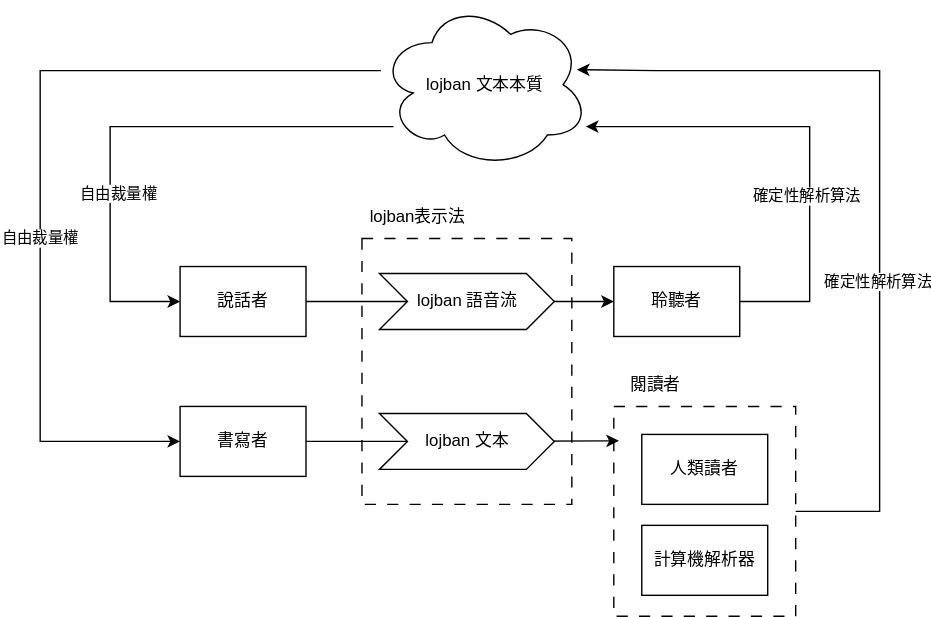
geezmolycos/aestivologica keeps this draw.io diagram as figure/lojban文本本質示意.svg. Above is the earlier version. Source tidied: cells renumbered, new cells last; positions are measured from the earlier drawing's top-left corner, leaving out a move shared by most shapes. The source it was exported from:
```xml
<mxGraphModel>
  <root>
    <mxCell id="0" />
    <mxCell id="1" parent="0" />
    <mxCell id="2" style="edgeStyle=orthogonalEdgeStyle;rounded=0;jettySize=auto;html=1;entryX=0.941;entryY=0.411;entryDx=0;entryDy=0;entryPerimeter=0;" parent="1" edge="1" source="4" target="9">
      <mxGeometry relative="1" as="geometry">
        <Array as="points">
          <mxPoint x="600" y="365" />
          <mxPoint x="600" y="50" />
          <mxPoint x="440" y="50" />
        </Array>
      </mxGeometry>
    </mxCell>
    <mxCell id="3" value="確定性解析算法" style="edgeLabel;html=1;align=center;verticalAlign=middle;" parent="2" vertex="1">
      <mxGeometry x="-0.24" y="2" relative="1" as="geometry" />
    </mxCell>
    <mxCell id="4" style="rounded=0;whiteSpace=wrap;html=1;fillColor=none;dashed=1;dashPattern=8 8;" parent="1" vertex="1">
      <mxGeometry x="410" y="290" width="130" height="150" as="geometry" />
    </mxCell>
    <mxCell id="5" style="edgeStyle=orthogonalEdgeStyle;rounded=0;jettySize=auto;html=1;entryX=0;entryY=0.5;entryDx=0;entryDy=0;" parent="1" edge="1" source="9" target="11">
      <mxGeometry relative="1" as="geometry">
        <Array as="points">
          <mxPoint x="50" y="90" />
          <mxPoint x="50" y="215" />
        </Array>
      </mxGeometry>
    </mxCell>
    <mxCell id="6" value="自由裁量權" style="edgeLabel;html=1;align=center;verticalAlign=middle;" parent="5" vertex="1">
      <mxGeometry x="0.32" y="5" relative="1" as="geometry" />
    </mxCell>
    <mxCell id="7" style="edgeStyle=orthogonalEdgeStyle;rounded=0;jettySize=auto;html=1;entryX=0;entryY=0.5;entryDx=0;entryDy=0;" parent="1" edge="1" source="9" target="15">
      <mxGeometry relative="1" as="geometry">
        <Array as="points">
          <mxPoint y="50" />
          <mxPoint y="315" />
        </Array>
      </mxGeometry>
    </mxCell>
    <mxCell id="8" value="自由裁量權" style="edgeLabel;html=1;align=center;verticalAlign=middle;" parent="7" vertex="1">
      <mxGeometry x="0.19" y="-1" relative="1" as="geometry" />
    </mxCell>
    <mxCell id="9" value="lojban 文本本質" style="ellipse;shape=cloud;whiteSpace=wrap;html=1;" parent="1" vertex="1">
      <mxGeometry x="242.5" width="150" height="120" as="geometry" />
    </mxCell>
    <mxCell id="10" style="edgeStyle=orthogonalEdgeStyle;rounded=0;jettySize=auto;html=1;entryX=0;entryY=0.5;entryDx=0;entryDy=0;" parent="1" edge="1" source="11" target="14">
      <mxGeometry relative="1" as="geometry" />
    </mxCell>
    <mxCell id="11" value="說話者" style="rounded=0;whiteSpace=wrap;html=1;" parent="1" vertex="1">
      <mxGeometry x="100" y="190" width="90" height="50" as="geometry" />
    </mxCell>
    <mxCell id="12" style="edgeStyle=orthogonalEdgeStyle;rounded=0;jettySize=auto;html=1;" parent="1" edge="1" source="14">
      <mxGeometry relative="1" as="geometry">
        <mxPoint x="390" y="90" as="targetPoint" />
        <Array as="points">
          <mxPoint x="550" y="215" />
          <mxPoint x="550" y="90" />
          <mxPoint x="430" y="90" />
        </Array>
      </mxGeometry>
    </mxCell>
    <mxCell id="13" value="確定性解析算法" style="edgeLabel;html=1;align=center;verticalAlign=middle;" parent="12" vertex="1">
      <mxGeometry x="-0.25" y="3" relative="1" as="geometry" />
    </mxCell>
    <mxCell id="14" value="聆聽者" style="rounded=0;whiteSpace=wrap;html=1;" parent="1" vertex="1">
      <mxGeometry x="410" y="190" width="90" height="50" as="geometry" />
    </mxCell>
    <mxCell id="15" value="書寫者" style="rounded=0;whiteSpace=wrap;html=1;" parent="1" vertex="1">
      <mxGeometry x="100" y="290" width="90" height="50" as="geometry" />
    </mxCell>
    <mxCell id="16" value="人類讀者" style="rounded=0;whiteSpace=wrap;html=1;" parent="1" vertex="1">
      <mxGeometry x="430" y="310" width="90" height="50" as="geometry" />
    </mxCell>
    <mxCell id="17" value="計算機解析器" style="rounded=0;whiteSpace=wrap;html=1;" parent="1" vertex="1">
      <mxGeometry x="430" y="375" width="90" height="50" as="geometry" />
    </mxCell>
    <mxCell id="18" value="閱讀者" style="text;html=1;whiteSpace=wrap;strokeColor=none;fillColor=none;align=center;verticalAlign=middle;rounded=0;" parent="1" vertex="1">
      <mxGeometry x="410" y="260" width="60" height="30" as="geometry" />
    </mxCell>
    <mxCell id="19" value="lojban 語音流" style="shape=step;perimeter=stepPerimeter;whiteSpace=wrap;html=1;fixedSize=1;" parent="1" vertex="1">
      <mxGeometry x="242.5" y="195" width="125" height="40" as="geometry" />
    </mxCell>
    <mxCell id="20" style="edgeStyle=orthogonalEdgeStyle;rounded=0;jettySize=auto;html=1;entryX=0.028;entryY=0.164;entryDx=0;entryDy=0;entryPerimeter=0;" parent="1" edge="1" source="15" target="4">
      <mxGeometry relative="1" as="geometry" />
    </mxCell>
    <mxCell id="21" value="lojban 文本" style="shape=step;perimeter=stepPerimeter;whiteSpace=wrap;html=1;fixedSize=1;" parent="1" vertex="1">
      <mxGeometry x="242.5" y="295" width="125" height="40" as="geometry" />
    </mxCell>
    <mxCell id="22" style="rounded=0;whiteSpace=wrap;html=1;fillColor=none;dashed=1;dashPattern=8 8;" parent="1" vertex="1">
      <mxGeometry x="230" y="170" width="150" height="190" as="geometry" />
    </mxCell>
    <mxCell id="23" value="lojban表示法" style="text;html=1;whiteSpace=wrap;strokeColor=none;fillColor=none;align=center;verticalAlign=middle;rounded=0;" parent="1" vertex="1">
      <mxGeometry x="230" y="140" width="80" height="30" as="geometry" />
    </mxCell>
  </root>
</mxGraphModel>
```
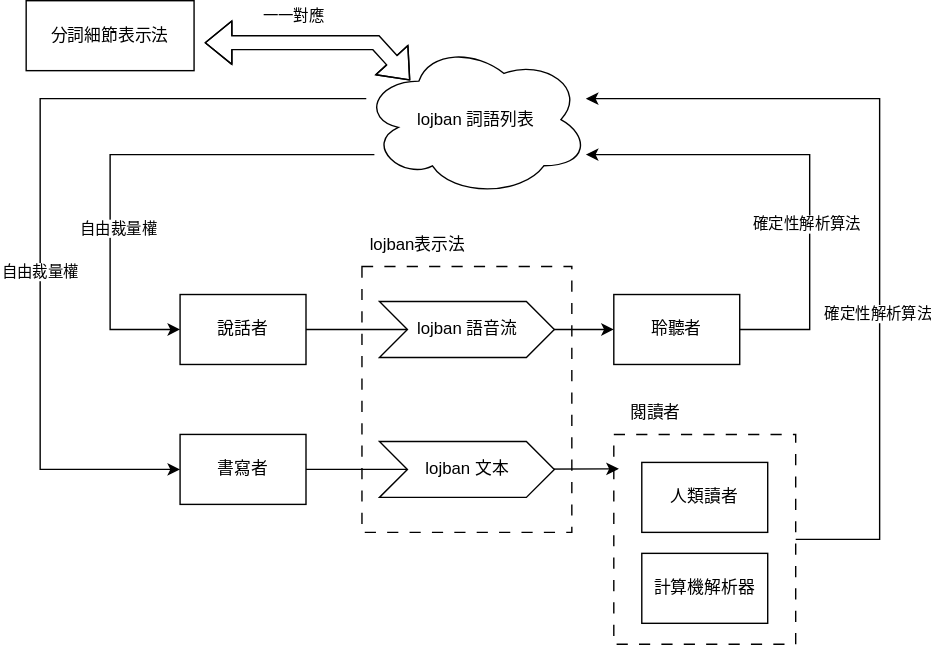
After the commit.

Commit message:
绘制示意图，绘制夏理文字体图片完成辅音

The edit, as a diff of the source:
```diff
@@ -2,12 +2,12 @@
   <root>
     <mxCell id="0" />
     <mxCell id="1" parent="0" />
-    <mxCell id="2" style="edgeStyle=orthogonalEdgeStyle;rounded=0;jettySize=auto;html=1;entryX=0.941;entryY=0.411;entryDx=0;entryDy=0;entryPerimeter=0;" parent="1" edge="1" source="4" target="9">
+    <mxCell id="2" style="edgeStyle=orthogonalEdgeStyle;rounded=0;jettySize=auto;html=1;" parent="1" edge="1" source="4">
       <mxGeometry relative="1" as="geometry">
+        <mxPoint x="390" y="50" as="targetPoint" />
         <Array as="points">
           <mxPoint x="600" y="365" />
           <mxPoint x="600" y="50" />
-          <mxPoint x="440" y="50" />
         </Array>
       </mxGeometry>
     </mxCell>
@@ -39,8 +39,8 @@
     <mxCell id="8" value="自由裁量權" style="edgeLabel;html=1;align=center;verticalAlign=middle;" parent="7" vertex="1">
       <mxGeometry x="0.19" y="-1" relative="1" as="geometry" />
     </mxCell>
-    <mxCell id="9" value="lojban 文本本質" style="ellipse;shape=cloud;whiteSpace=wrap;html=1;" parent="1" vertex="1">
-      <mxGeometry x="242.5" width="150" height="120" as="geometry" />
+    <mxCell id="9" value="lojban 詞語列表" style="ellipse;shape=cloud;whiteSpace=wrap;html=1;" parent="1" vertex="1">
+      <mxGeometry x="230" y="10" width="162.5" height="110" as="geometry" />
     </mxCell>
     <mxCell id="10" style="edgeStyle=orthogonalEdgeStyle;rounded=0;jettySize=auto;html=1;entryX=0;entryY=0.5;entryDx=0;entryDy=0;" parent="1" edge="1" source="11" target="14">
       <mxGeometry relative="1" as="geometry" />
@@ -91,5 +91,21 @@
     <mxCell id="23" value="lojban表示法" style="text;html=1;whiteSpace=wrap;strokeColor=none;fillColor=none;align=center;verticalAlign=middle;rounded=0;" parent="1" vertex="1">
       <mxGeometry x="230" y="140" width="80" height="30" as="geometry" />
     </mxCell>
+    <mxCell id="24" style="shape=flexArrow;endArrow=classic;startArrow=classic;html=1;rounded=0;entryX=0.212;entryY=0.245;entryDx=0;entryDy=0;entryPerimeter=0;" parent="1" edge="1" target="9">
+      <mxGeometry relative="1" as="geometry">
+        <mxPoint x="117.5" y="10" as="sourcePoint" />
+        <Array as="points">
+          <mxPoint x="240" y="10" />
+        </Array>
+      </mxGeometry>
+    </mxCell>
+    <mxCell id="25" value="一一對應" style="edgeLabel;html=1;align=center;verticalAlign=middle;" parent="24" vertex="1">
+      <mxGeometry x="0.06" y="8" relative="1" as="geometry">
+        <mxPoint x="-21" y="-12" as="offset" />
+      </mxGeometry>
+    </mxCell>
+    <mxCell id="26" value="分詞細節表示法" style="rounded=0;whiteSpace=wrap;html=1;" parent="1" vertex="1">
+      <mxGeometry x="-10" y="-20" width="120" height="50" as="geometry" />
+    </mxCell>
   </root>
 </mxGraphModel>
```
